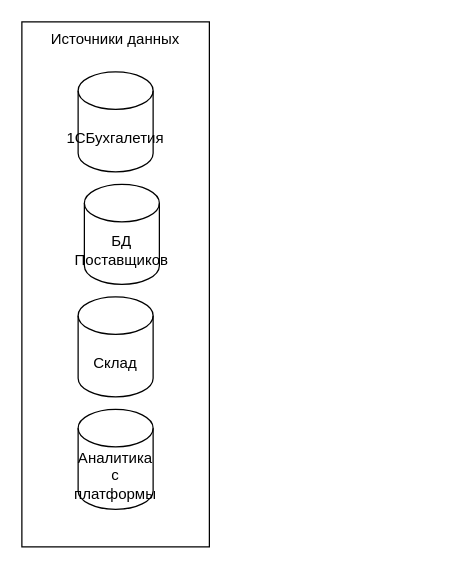
The draw.io diagram Диаграмма без названия.drawio in vidutyshev/Inn_dataset, before the edit. Source tidied: cells renumbered, new cells numbered last; positions are measured from the earlier drawing's top-left corner, leaving out a move shared by most shapes. Both pictures are drawn from the tidied source at 125%, with x=0, y=0 at pixel (21, 21).
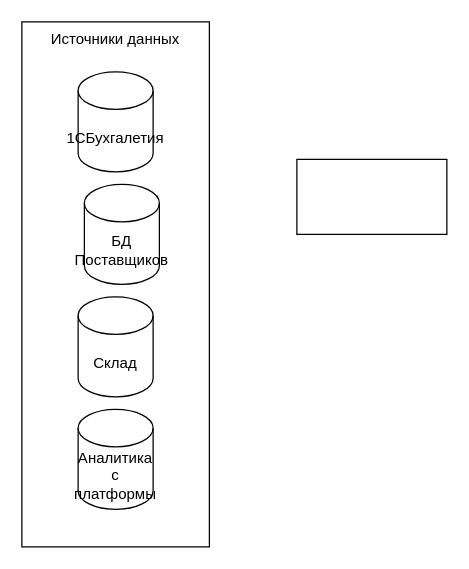
The same page after the edit.

Diff of the diagram source:
```diff
@@
 <mxGraphModel>
   <root>
     <mxCell id="0" />
     <mxCell id="1" parent="0" />
     <mxCell id="2" value="Источники данных" style="rounded=0;whiteSpace=wrap;html=1;verticalAlign=top;" parent="1" vertex="1">
       <mxGeometry width="150" height="420" as="geometry" />
     </mxCell>
     <mxCell id="3" value="1СБухгалетия" style="shape=cylinder3;whiteSpace=wrap;html=1;boundedLbl=1;backgroundOutline=1;size=15;" parent="1" vertex="1">
       <mxGeometry x="45" y="40" width="60" height="80" as="geometry" />
     </mxCell>
     <mxCell id="4" value="БД Поставщиков" style="shape=cylinder3;whiteSpace=wrap;html=1;boundedLbl=1;backgroundOutline=1;size=15;" parent="1" vertex="1">
       <mxGeometry x="50" y="130" width="60" height="80" as="geometry" />
     </mxCell>
     <mxCell id="5" value="Склад" style="shape=cylinder3;whiteSpace=wrap;html=1;boundedLbl=1;backgroundOutline=1;size=15;" parent="1" vertex="1">
       <mxGeometry x="45" y="220" width="60" height="80" as="geometry" />
     </mxCell>
     <mxCell id="6" value="Аналитика с платформы" style="shape=cylinder3;whiteSpace=wrap;html=1;boundedLbl=1;backgroundOutline=1;size=15;" parent="1" vertex="1">
       <mxGeometry x="45" y="310" width="60" height="80" as="geometry" />
     </mxCell>
+    <mxCell id="7" style="rounded=0;whiteSpace=wrap;html=1;" parent="1" vertex="1">
+      <mxGeometry x="220" y="110" width="120" height="60" as="geometry" />
+    </mxCell>
   </root>
 </mxGraphModel>
```
